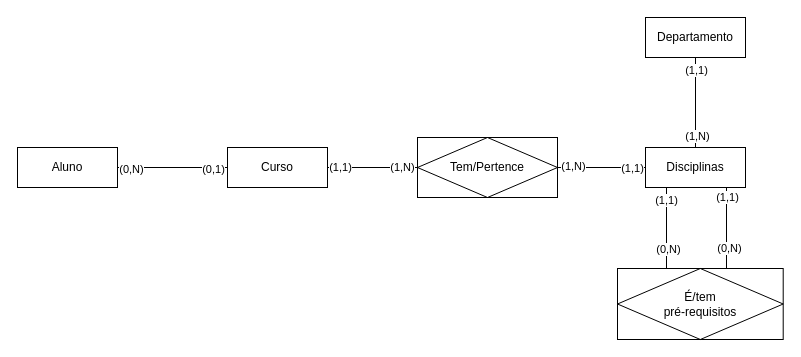
Above: Diagramas/Diagrama 03.drawio in bruniculos08/BAN1002 (draw.io), before the change. Source tidied: cells renumbered, new cells numbered last; positions are measured from the earlier drawing's top-left corner, leaving out a move shared by most shapes. Both pictures are drawn from the tidied source at 100%, with x=0, y=0 at pixel (17, 17).
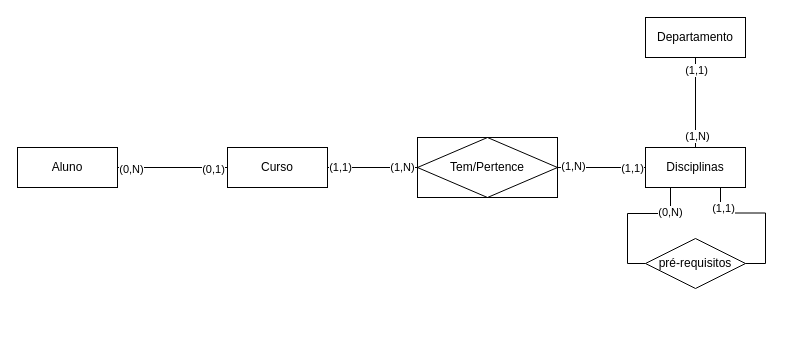
The same diagram, later.

Unchanged cells that the change refers to:
```xml
<mxCell id="19" value="Disciplinas" style="whiteSpace=wrap;html=1;align=center;" parent="1" vertex="1">
  <mxGeometry x="628" y="130" width="100" height="40" as="geometry" />
</mxCell>
```

The edit, as a diff of the source:
```diff
@@
-    <mxCell id="10" style="edgeStyle=orthogonalEdgeStyle;rounded=0;jettySize=auto;html=1;exitX=0.25;exitY=1;exitDx=0;exitDy=0;entryX=0.25;entryY=0;entryDx=0;entryDy=0;endArrow=none;endFill=0;" parent="1" edge="1" source="19" target="21">
-      <mxGeometry relative="1" as="geometry">
-        <Array as="points">
-          <mxPoint x="649" y="170" />
-        </Array>
-      </mxGeometry>
-    </mxCell>
-    <mxCell id="11" value="(1,1)" style="edgeLabel;html=1;align=center;verticalAlign=middle;" parent="10" vertex="1">
-      <mxGeometry x="-0.66" y="-1" relative="1" as="geometry" />
-    </mxCell>
-    <mxCell id="12" value="(0,N)" style="edgeLabel;html=1;align=center;verticalAlign=middle;" parent="10" vertex="1">
-      <mxGeometry x="0.57" y="1" relative="1" as="geometry">
-        <mxPoint y="-8" as="offset" />
-      </mxGeometry>
-    </mxCell>
-    <mxCell id="13" style="edgeStyle=orthogonalEdgeStyle;rounded=0;orthogonalLoop=1;jettySize=auto;html=1;exitX=0.75;exitY=1;exitDx=0;exitDy=0;entryX=0.774;entryY=0.22;entryDx=0;entryDy=0;entryPerimeter=0;endArrow=none;endFill=0;" parent="1" edge="1">
-      <mxGeometry relative="1" as="geometry">
-        <mxPoint x="702" y="170" as="sourcePoint" />
-        <mxPoint x="709" y="251" as="targetPoint" />
-        <Array as="points">
-          <mxPoint x="709" y="170" />
-        </Array>
-      </mxGeometry>
-    </mxCell>
-    <mxCell id="14" value="(0,N)" style="edgeLabel;html=1;align=center;verticalAlign=middle;" parent="13" vertex="1">
-      <mxGeometry x="0.5" y="2" relative="1" as="geometry">
-        <mxPoint y="1" as="offset" />
-      </mxGeometry>
-    </mxCell>
-    <mxCell id="15" value="(1,1)" style="edgeLabel;html=1;align=center;verticalAlign=middle;" parent="13" vertex="1">
-      <mxGeometry x="-0.63" relative="1" as="geometry" />
-    </mxCell>
@@
+    <mxCell id="26" style="edgeStyle=orthogonalEdgeStyle;rounded=0;jettySize=auto;html=1;exitX=0.25;exitY=1;exitDx=0;exitDy=0;entryX=0;entryY=0.5;entryDx=0;entryDy=0;endArrow=none;endFill=0;" parent="1" edge="1" source="19" target="30">
+      <mxGeometry relative="1" as="geometry">
+        <Array as="points">
+          <mxPoint x="653" y="196" />
+          <mxPoint x="610" y="196" />
+          <mxPoint x="610" y="246" />
+        </Array>
+      </mxGeometry>
+    </mxCell>
+    <mxCell id="27" value="(0,N)" style="edgeLabel;html=1;align=center;verticalAlign=middle;" parent="26" vertex="1">
+      <mxGeometry x="-0.65" y="-1" relative="1" as="geometry" />
+    </mxCell>
+    <mxCell id="28" style="edgeStyle=orthogonalEdgeStyle;rounded=0;jettySize=auto;html=1;exitX=0.75;exitY=1;exitDx=0;exitDy=0;entryX=1;entryY=0.5;entryDx=0;entryDy=0;endArrow=none;endFill=0;" parent="1" edge="1" source="19" target="30">
+      <mxGeometry relative="1" as="geometry" />
+    </mxCell>
+    <mxCell id="29" value="(1,1)" style="edgeLabel;html=1;align=center;verticalAlign=middle;" parent="28" vertex="1">
+      <mxGeometry x="-0.71" y="2" relative="1" as="geometry" />
+    </mxCell>
@@
-    <mxCell id="21" value="É/tem&lt;br&gt;pré-requisitos" style="shape=associativeEntity;whiteSpace=wrap;html=1;align=center;" parent="1" vertex="1">
-      <mxGeometry x="600" y="251" width="165.7" height="71" as="geometry" />
-    </mxCell>
@@
+    <mxCell id="30" value="pré-requisitos" style="shape=rhombus;perimeter=rhombusPerimeter;whiteSpace=wrap;html=1;align=center;" parent="1" vertex="1">
+      <mxGeometry x="628" y="221" width="100" height="50" as="geometry" />
+    </mxCell>
```
